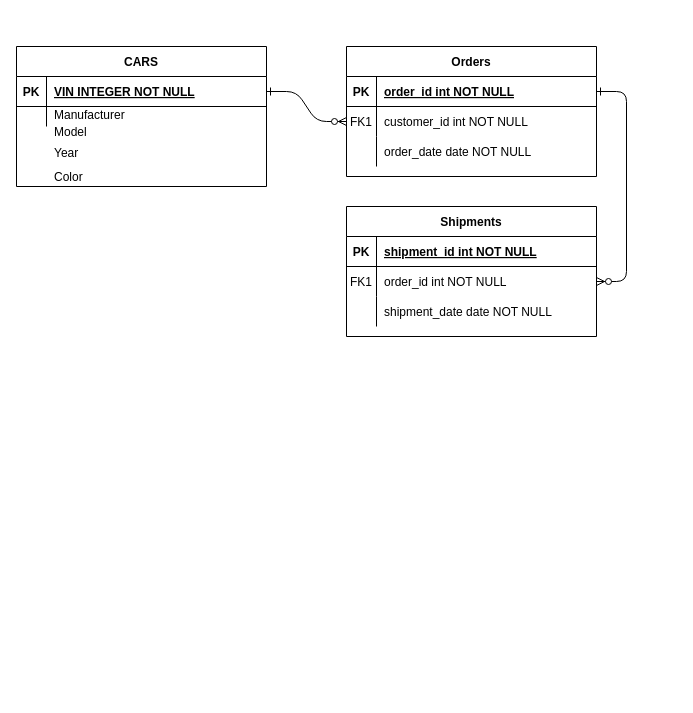
This is Module 1/Lab20/Untitled Diagram.drawio from Daniel870801/IRONLABS, a draw.io file, before an edit. Source tidied: cells renumbered, new cells numbered last; positions are measured from the earlier drawing's top-left corner, leaving out a move shared by most shapes. Both pictures are drawn from the tidied source at 100%, with x=0, y=0 at pixel (16, 46).
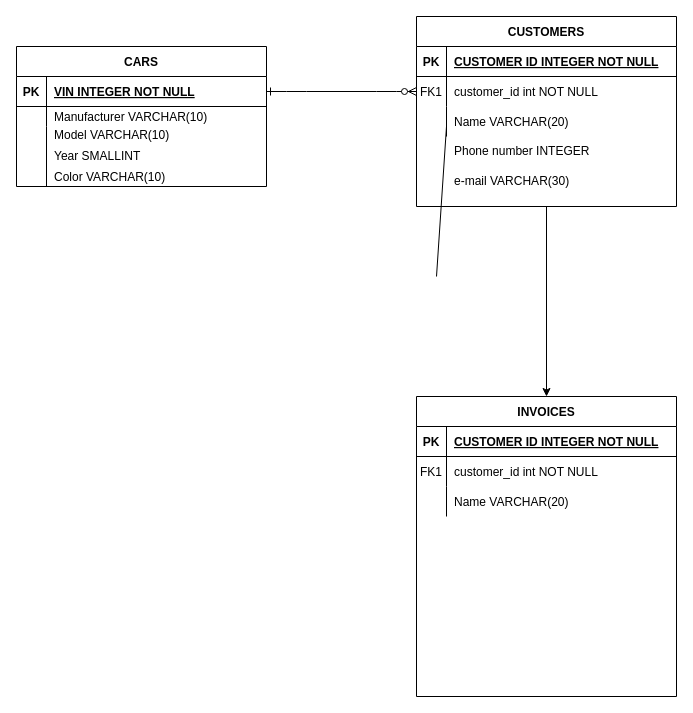
The same diagram, later.

Unchanged cells that the change refers to:
```xml
<mxCell id="28" style="shape=partialRectangle;fillColor=none;top=0;left=0;right=0;bottom=0;" parent="24" vertex="1">
  <mxGeometry y="60" width="250" height="20" as="geometry" />
</mxCell>
```

What changed in the source:
```diff
@@
-    <mxCell id="3" style="edgeStyle=entityRelationEdgeStyle;endArrow=ERzeroToMany;startArrow=ERone;endFill=1;startFill=0;" parent="1" edge="1" source="5" target="18">
-      <mxGeometry relative="1" as="geometry" />
-    </mxCell>
+    <mxCell id="36" style="edgeStyle=orthogonalEdgeStyle;rounded=0;jettySize=auto;html=1;" parent="1" edge="1" source="4" target="44">
+      <mxGeometry relative="1" as="geometry" />
+    </mxCell>
-    <mxCell id="4" value="Orders" style="shape=table;startSize=30;childLayout=tableLayout;rowLines=0;fontStyle=1;align=center;" parent="1" vertex="1">
-      <mxGeometry x="330" width="250" height="130" as="geometry" />
+    <mxCell id="4" value="CUSTOMERS" style="shape=table;startSize=30;childLayout=tableLayout;rowLines=0;fontStyle=1;align=center;" parent="1" vertex="1">
+      <mxGeometry x="400" y="-30" width="260" height="190" as="geometry" />
     </mxCell>
     <mxCell id="5" style="shape=partialRectangle;fillColor=none;points=[[0,0.5],[1,0.5]];portConstraint=eastwest;top=0;left=0;right=0;bottom=1;" parent="4" vertex="1">
-      <mxGeometry y="30" width="250" height="30" as="geometry" />
+      <mxGeometry y="30" width="260" height="30" as="geometry" />
     </mxCell>
@@
-    <mxCell id="7" value="order_id int NOT NULL " style="shape=partialRectangle;overflow=hidden;fillColor=none;top=0;left=0;bottom=0;right=0;align=left;spacingLeft=6;fontStyle=5;" parent="5" vertex="1">
-      <mxGeometry x="30" width="220" height="30" as="geometry" />
+    <mxCell id="7" value="CUSTOMER ID INTEGER NOT NULL " style="shape=partialRectangle;overflow=hidden;fillColor=none;top=0;left=0;bottom=0;right=0;align=left;spacingLeft=6;fontStyle=5;" parent="5" vertex="1">
+      <mxGeometry x="30" width="230" height="30" as="geometry" />
     </mxCell>
     <mxCell id="8" style="shape=partialRectangle;fillColor=none;points=[[0,0.5],[1,0.5]];portConstraint=eastwest;top=0;left=0;right=0;bottom=0;" parent="4" vertex="1">
-      <mxGeometry y="60" width="250" height="30" as="geometry" />
+      <mxGeometry y="60" width="260" height="30" as="geometry" />
     </mxCell>
@@
     <mxCell id="10" value="customer_id int NOT NULL" style="shape=partialRectangle;overflow=hidden;fillColor=none;top=0;left=0;bottom=0;right=0;align=left;spacingLeft=6;" parent="8" vertex="1">
-      <mxGeometry x="30" width="220" height="30" as="geometry" />
+      <mxGeometry x="30" width="230" height="30" as="geometry" />
     </mxCell>
     <mxCell id="11" style="shape=partialRectangle;fillColor=none;top=0;left=0;right=0;bottom=0;" parent="4" vertex="1">
-      <mxGeometry y="90" width="250" height="30" as="geometry" />
+      <mxGeometry y="90" width="260" height="30" as="geometry" />
     </mxCell>
@@
-    <mxCell id="13" value="order_date date NOT NULL" style="shape=partialRectangle;overflow=hidden;fillColor=none;top=0;left=0;bottom=0;right=0;align=left;spacingLeft=6;" parent="11" vertex="1">
-      <mxGeometry x="30" width="220" height="30" as="geometry" />
+    <mxCell id="13" value="Name VARCHAR(20)" style="shape=partialRectangle;overflow=hidden;fillColor=none;top=0;left=0;bottom=0;right=0;align=left;spacingLeft=6;" parent="11" vertex="1">
+      <mxGeometry x="30" width="230" height="30" as="geometry" />
     </mxCell>
-    <mxCell id="14" value="Shipments" style="shape=table;startSize=30;childLayout=tableLayout;rowLines=0;fontStyle=1;align=center;" parent="1" vertex="1">
-      <mxGeometry x="330" y="160" width="250" height="130" as="geometry" />
-    </mxCell>
-    <mxCell id="15" style="shape=partialRectangle;fillColor=none;top=0;left=0;right=0;bottom=1;" parent="14" vertex="1">
-      <mxGeometry y="30" width="250" height="30" as="geometry" />
-    </mxCell>
-    <mxCell id="16" value="PK" style="shape=partialRectangle;overflow=hidden;fillColor=none;top=0;left=0;bottom=0;right=0;fontStyle=1;" parent="15" vertex="1">
-      <mxGeometry width="30" height="30" as="geometry" />
-    </mxCell>
-    <mxCell id="17" value="shipment_id int NOT NULL " style="shape=partialRectangle;overflow=hidden;fillColor=none;top=0;left=0;bottom=0;right=0;align=left;spacingLeft=6;fontStyle=5;" parent="15" vertex="1">
-      <mxGeometry x="30" width="220" height="30" as="geometry" />
-    </mxCell>
-    <mxCell id="18" style="shape=partialRectangle;fillColor=none;points=[[0,0.5],[1,0.5]];portConstraint=eastwest;top=0;left=0;right=0;bottom=0;" parent="14" vertex="1">
-      <mxGeometry y="60" width="250" height="30" as="geometry" />
-    </mxCell>
-    <mxCell id="19" value="FK1" style="shape=partialRectangle;overflow=hidden;fillColor=none;top=0;left=0;bottom=0;right=0;" parent="18" vertex="1">
-      <mxGeometry width="30" height="30" as="geometry" />
-    </mxCell>
-    <mxCell id="20" value="order_id int NOT NULL" style="shape=partialRectangle;overflow=hidden;fillColor=none;top=0;left=0;bottom=0;right=0;align=left;spacingLeft=6;" parent="18" vertex="1">
-      <mxGeometry x="30" width="220" height="30" as="geometry" />
-    </mxCell>
-    <mxCell id="21" style="shape=partialRectangle;fillColor=none;top=0;left=0;right=0;bottom=0;" parent="14" vertex="1">
-      <mxGeometry y="90" width="250" height="30" as="geometry" />
-    </mxCell>
-    <mxCell id="22" style="shape=partialRectangle;overflow=hidden;fillColor=none;top=0;left=0;bottom=0;right=0;" parent="21" vertex="1">
-      <mxGeometry width="30" height="30" as="geometry" />
-    </mxCell>
-    <mxCell id="23" value="shipment_date date NOT NULL" style="shape=partialRectangle;overflow=hidden;fillColor=none;top=0;left=0;bottom=0;right=0;align=left;spacingLeft=6;" parent="21" vertex="1">
-      <mxGeometry x="30" width="220" height="30" as="geometry" />
-    </mxCell>
@@
-    <mxCell id="30" value="Manufacturer&#10;" style="shape=partialRectangle;overflow=hidden;fillColor=none;top=0;left=0;bottom=0;right=0;align=left;spacingLeft=6;" parent="28" vertex="1">
+    <mxCell id="30" value="Manufacturer VARCHAR(10)" style="shape=partialRectangle;overflow=hidden;fillColor=none;top=0;left=0;bottom=0;right=0;align=left;spacingLeft=6;" parent="28" vertex="1">
       <mxGeometry x="30" width="220" height="20" as="geometry" />
     </mxCell>
@@
-    <mxCell id="33" value="Model" style="shape=partialRectangle;overflow=hidden;fillColor=none;top=0;left=0;bottom=0;right=0;align=left;spacingLeft=6;" parent="1" vertex="1">
-      <mxGeometry x="30" y="75" width="220" height="20" as="geometry" />
+    <mxCell id="33" value="Model VARCHAR(10)" style="shape=partialRectangle;overflow=hidden;fillColor=none;top=0;left=0;bottom=0;right=0;align=left;spacingLeft=6;" parent="1" vertex="1">
+      <mxGeometry x="30" y="78" width="220" height="20" as="geometry" />
     </mxCell>
-    <mxCell id="34" value="Year" style="shape=partialRectangle;overflow=hidden;fillColor=none;top=0;left=0;bottom=0;right=0;align=left;spacingLeft=6;" parent="1" vertex="1">
-      <mxGeometry x="30" y="95" width="220" height="21" as="geometry" />
+    <mxCell id="34" value="Year SMALLINT" style="shape=partialRectangle;overflow=hidden;fillColor=none;top=0;left=0;bottom=0;right=0;align=left;spacingLeft=6;" parent="1" vertex="1">
+      <mxGeometry x="30" y="98" width="220" height="21" as="geometry" />
     </mxCell>
-    <mxCell id="35" value="Color" style="shape=partialRectangle;overflow=hidden;fillColor=none;top=0;left=0;bottom=0;right=0;align=left;spacingLeft=6;" parent="1" vertex="1">
+    <mxCell id="35" value="Color VARCHAR(10)" style="shape=partialRectangle;overflow=hidden;fillColor=none;top=0;left=0;bottom=0;right=0;align=left;spacingLeft=6;" parent="1" vertex="1">
       <mxGeometry x="30" y="119" width="220" height="21" as="geometry" />
     </mxCell>
+    <mxCell id="37" style="endArrow=none;html=1;rounded=0;" parent="1" edge="1">
+      <mxGeometry relative="1" as="geometry">
+        <mxPoint x="30" y="140" as="sourcePoint" />
+        <mxPoint x="30" y="80" as="targetPoint" />
+      </mxGeometry>
+    </mxCell>
+    <mxCell id="38" style="shape=partialRectangle;fillColor=none;top=0;left=0;right=0;bottom=0;" parent="1" vertex="1">
+      <mxGeometry x="400" y="119" width="260" height="30" as="geometry" />
+    </mxCell>
+    <mxCell id="39" style="shape=partialRectangle;overflow=hidden;fillColor=none;top=0;left=0;bottom=0;right=0;" parent="38" vertex="1">
+      <mxGeometry width="30" height="30" as="geometry" />
+    </mxCell>
+    <mxCell id="40" value="e-mail VARCHAR(30)" style="shape=partialRectangle;overflow=hidden;fillColor=none;top=0;left=0;bottom=0;right=0;align=left;spacingLeft=6;" parent="38" vertex="1">
+      <mxGeometry x="30" width="230" height="30" as="geometry" />
+    </mxCell>
+    <mxCell id="41" style="shape=partialRectangle;fillColor=none;top=0;left=0;right=0;bottom=0;" parent="1" vertex="1">
+      <mxGeometry x="400" y="89" width="260" height="30" as="geometry" />
+    </mxCell>
+    <mxCell id="42" style="shape=partialRectangle;overflow=hidden;fillColor=none;top=0;left=0;bottom=0;right=0;" parent="41" vertex="1">
+      <mxGeometry width="30" height="30" as="geometry" />
+    </mxCell>
+    <mxCell id="43" value="Phone number INTEGER" style="shape=partialRectangle;overflow=hidden;fillColor=none;top=0;left=0;bottom=0;right=0;align=left;spacingLeft=6;" parent="41" vertex="1">
+      <mxGeometry x="30" width="230" height="30" as="geometry" />
+    </mxCell>
+    <mxCell id="44" value="INVOICES" style="shape=table;startSize=30;childLayout=tableLayout;rowLines=0;fontStyle=1;align=center;" parent="1" vertex="1">
+      <mxGeometry x="400" y="350" width="260" height="300" as="geometry" />
+    </mxCell>
+    <mxCell id="45" style="shape=partialRectangle;fillColor=none;top=0;left=0;right=0;bottom=1;" parent="44" vertex="1">
+      <mxGeometry y="30" width="260" height="30" as="geometry" />
+    </mxCell>
+    <mxCell id="16" value="PK" style="shape=partialRectangle;overflow=hidden;fillColor=none;top=0;left=0;bottom=0;right=0;fontStyle=1;" parent="45" vertex="1">
+      <mxGeometry width="30" height="30" as="geometry" />
+    </mxCell>
+    <mxCell id="46" value="CUSTOMER ID INTEGER NOT NULL " style="shape=partialRectangle;overflow=hidden;fillColor=none;top=0;left=0;bottom=0;right=0;align=left;spacingLeft=6;fontStyle=5;" parent="45" vertex="1">
+      <mxGeometry x="30" width="230" height="30" as="geometry" />
+    </mxCell>
+    <mxCell id="47" style="shape=partialRectangle;fillColor=none;top=0;left=0;right=0;bottom=0;" parent="44" vertex="1">
+      <mxGeometry y="60" width="260" height="30" as="geometry" />
+    </mxCell>
+    <mxCell id="19" value="FK1" style="shape=partialRectangle;overflow=hidden;fillColor=none;top=0;left=0;bottom=0;right=0;" parent="47" vertex="1">
+      <mxGeometry width="30" height="30" as="geometry" />
+    </mxCell>
+    <mxCell id="48" value="customer_id int NOT NULL" style="shape=partialRectangle;overflow=hidden;fillColor=none;top=0;left=0;bottom=0;right=0;align=left;spacingLeft=6;" parent="47" vertex="1">
+      <mxGeometry x="30" width="230" height="30" as="geometry" />
+    </mxCell>
+    <mxCell id="49" style="shape=partialRectangle;fillColor=none;top=0;left=0;right=0;bottom=0;" parent="44" vertex="1">
+      <mxGeometry y="90" width="260" height="30" as="geometry" />
+    </mxCell>
+    <mxCell id="50" style="shape=partialRectangle;overflow=hidden;fillColor=none;top=0;left=0;bottom=0;right=0;" parent="49" vertex="1">
+      <mxGeometry width="30" height="30" as="geometry" />
+    </mxCell>
+    <mxCell id="51" value="Name VARCHAR(20)" style="shape=partialRectangle;overflow=hidden;fillColor=none;top=0;left=0;bottom=0;right=0;align=left;spacingLeft=6;" parent="49" vertex="1">
+      <mxGeometry x="30" width="230" height="30" as="geometry" />
+    </mxCell>
+    <mxCell id="52" style="endArrow=none;html=1;rounded=0;" parent="1" edge="1">
+      <mxGeometry relative="1" as="geometry">
+        <mxPoint x="430" y="80" as="sourcePoint" />
+        <mxPoint x="420" y="230" as="targetPoint" />
+      </mxGeometry>
+    </mxCell>
```
